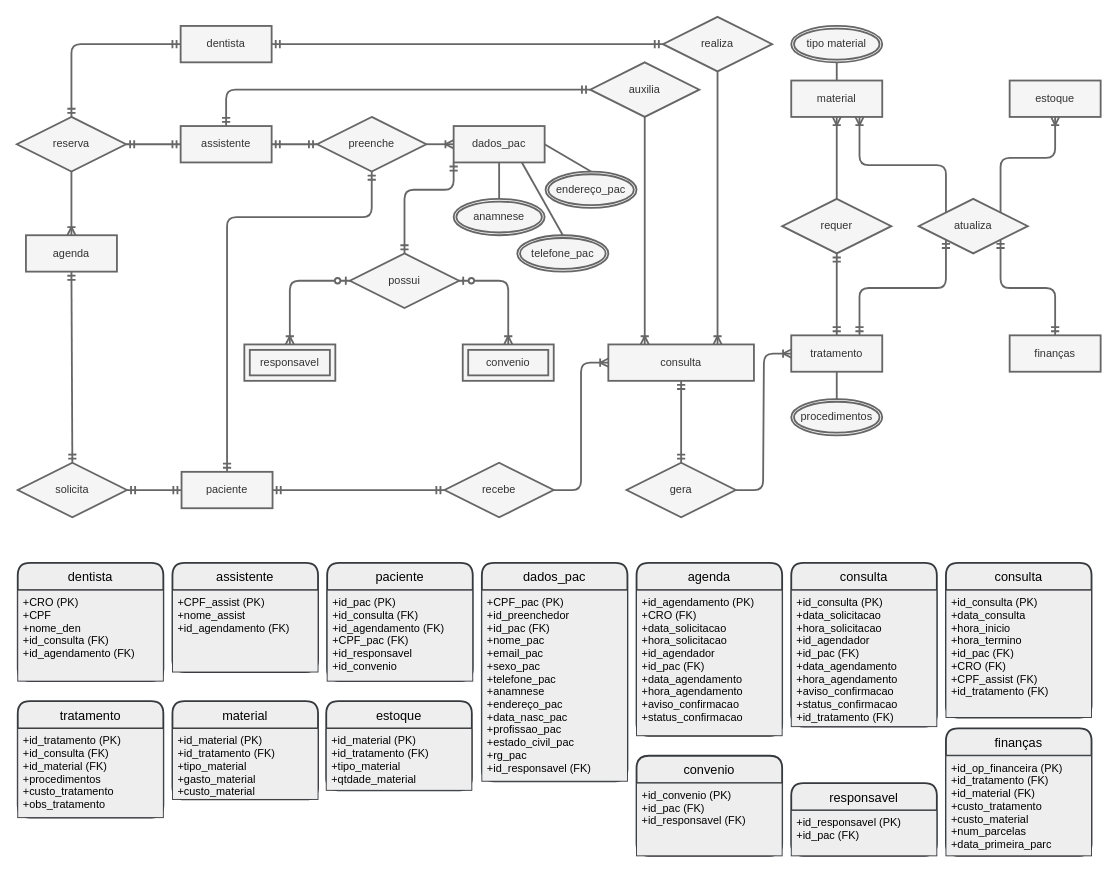
fabiollg/Diagrama-ER-Consultorio keeps this draw.io diagram as Diagrama sem nome.drawio. Above is the earlier version. Source tidied: cells renumbered, new cells numbered last; positions are measured from the earlier drawing's top-left corner, leaving out a move shared by most shapes. Both pictures are drawn from the tidied source at 91%, with x=0, y=0 at pixel (16, 16).
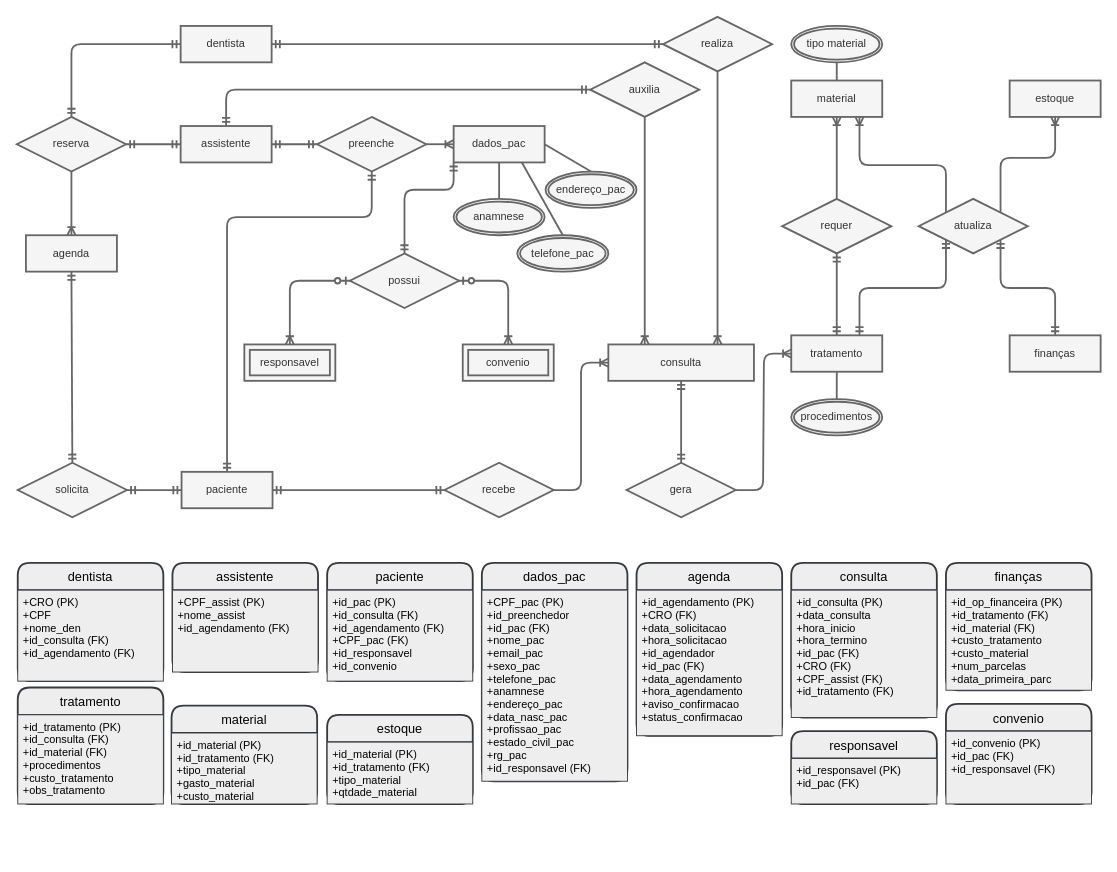
The same diagram, later.

Change to the diagram source:
```diff
@@
-    <mxCell id="62" value="consulta" style="swimlane;horizontal=1;startSize=30;rounded=1;fontSize=14;fontStyle=0;strokeWidth=2;shadow=0;dashed=0;align=center;fillColor=#eeeeee;strokeColor=#36393d;fontColor=#000000;" parent="1" vertex="1">
-      <mxGeometry x="851" y="600" width="160" height="180" as="geometry" />
-    </mxCell>
-    <mxCell id="63" value="+id_consulta (PK)&#10;+data_solicitacao&#10;+hora_solicitacao&#10;+id_agendador&#10;+id_pac (FK)&#10;+data_agendamento&#10;+hora_agendamento&#10;+aviso_confirmacao&#10;+status_confirmacao&#10;+id_tratamento (FK)&#10;" style="align=left;strokeColor=#36393d;fillColor=#eeeeee;spacingLeft=4;fontSize=12;verticalAlign=top;fontColor=#000000;" parent="62" vertex="1">
-      <mxGeometry y="30" width="160" height="150" as="geometry" />
-    </mxCell>
     <mxCell id="64" value="consulta" style="swimlane;horizontal=1;startSize=30;rounded=1;fontSize=14;fontStyle=0;strokeWidth=2;shadow=0;dashed=0;align=center;fillColor=#eeeeee;strokeColor=#36393d;fontColor=#000000;" parent="1" vertex="1">
-      <mxGeometry x="1021" y="600" width="160" height="170" as="geometry" />
+      <mxGeometry x="851" y="600" width="160" height="170" as="geometry" />
     </mxCell>
@@
     <mxCell id="71" value="tratamento" style="swimlane;horizontal=1;startSize=30;rounded=1;fontSize=14;fontStyle=0;strokeWidth=2;shadow=0;dashed=0;align=center;fillColor=#eeeeee;strokeColor=#36393d;fontColor=#000000;" parent="1" vertex="1">
-      <mxGeometry x="1" y="752" width="160" height="128" as="geometry" />
+      <mxGeometry x="1" y="737" width="160" height="128" as="geometry" />
     </mxCell>
@@
     <mxCell id="73" value="material" style="swimlane;horizontal=1;startSize=30;rounded=1;fontSize=14;fontStyle=0;strokeWidth=2;shadow=0;dashed=0;align=center;fillColor=#eeeeee;strokeColor=#36393d;fontColor=#000000;" parent="1" vertex="1">
-      <mxGeometry x="171" y="752" width="160" height="108" as="geometry" />
+      <mxGeometry x="170" y="757" width="160" height="108" as="geometry" />
     </mxCell>
@@
     <mxCell id="75" value="estoque" style="swimlane;horizontal=1;startSize=30;rounded=1;fontSize=14;fontStyle=0;strokeWidth=2;shadow=0;dashed=0;align=center;fillColor=#eeeeee;strokeColor=#36393d;fontColor=#000000;" parent="1" vertex="1">
-      <mxGeometry x="340" y="752" width="160" height="98" as="geometry" />
+      <mxGeometry x="341" y="767" width="160" height="98" as="geometry" />
     </mxCell>
@@
     <mxCell id="79" value="finanças" style="swimlane;horizontal=1;startSize=30;rounded=1;fontSize=14;fontStyle=0;strokeWidth=2;shadow=0;dashed=0;align=center;fillColor=#eeeeee;strokeColor=#36393d;fontColor=#000000;" parent="1" vertex="1">
-      <mxGeometry x="1021" y="782" width="160" height="140" as="geometry" />
+      <mxGeometry x="1021" y="600" width="160" height="140" as="geometry" />
     </mxCell>
@@
     <mxCell id="81" value="responsavel" style="swimlane;horizontal=1;startSize=30;rounded=1;fontSize=14;fontStyle=0;strokeWidth=2;shadow=0;dashed=0;align=center;fillColor=#eeeeee;strokeColor=#36393d;fontColor=#000000;" parent="1" vertex="1">
-      <mxGeometry x="851" y="842" width="160" height="80" as="geometry" />
+      <mxGeometry x="851" y="785" width="160" height="80" as="geometry" />
     </mxCell>
@@
     <mxCell id="83" value="convenio" style="swimlane;horizontal=1;startSize=30;rounded=1;fontSize=14;fontStyle=0;strokeWidth=2;shadow=0;dashed=0;align=center;fillColor=#eeeeee;strokeColor=#36393d;fontColor=#000000;" parent="1" vertex="1">
-      <mxGeometry x="681" y="812" width="160" height="110" as="geometry" />
+      <mxGeometry x="1021" y="755" width="160" height="110" as="geometry" />
     </mxCell>
```
